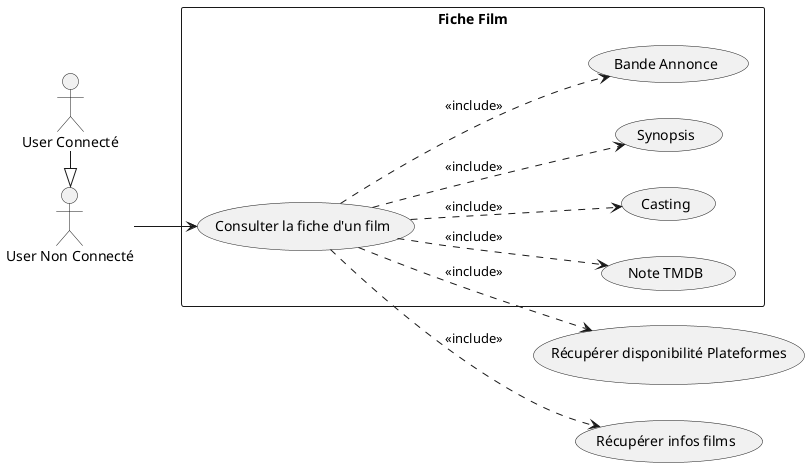
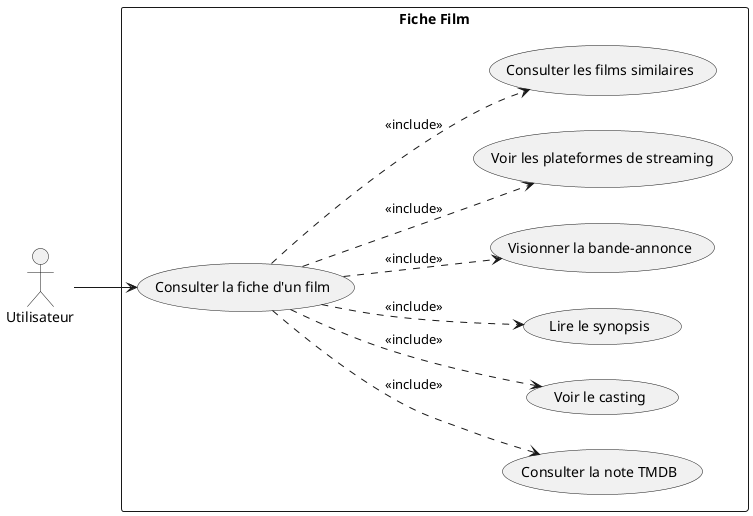
- @startuml
+ @startuml uc_movie
left to right direction
skinparam packageStyle rectangle

- actor "User Non Connecté" as Guest
- actor "User Connecté" as User
+ actor "Utilisateur" as Guest

- User -|> Guest

package "Fiche Film" {
    usecase "Consulter la fiche d'un film" as UC_ViewMovie

-     usecase "Note TMDB" as UC_Note
-     usecase "Casting" as UC_Cast
-     usecase "Synopsis" as UC_Synopsis
-     usecase "Bande Annonce" as UC_Trailer
+     usecase "Consulter la note TMDB" as UC_Note
+     usecase "Voir le casting" as UC_Cast
+     usecase "Lire le synopsis" as UC_Synopsis
+     usecase "Visionner la bande-annonce" as UC_Trailer
+     usecase "Voir les plateformes de streaming" as UC_Plats
+     usecase "Consulter les films similaires" as UC_Similars
}
- 
- usecase "Récupérer disponibilité Plateformes" as UC_Plats
- usecase "Récupérer infos films" as UC_Infos

Guest --> UC_ViewMovie

UC_ViewMovie ..> UC_Note : <<include>>
UC_ViewMovie ..> UC_Cast : <<include>>
UC_ViewMovie ..> UC_Synopsis : <<include>>
UC_ViewMovie ..> UC_Trailer : <<include>>
UC_ViewMovie ..> UC_Plats : <<include>>
- UC_ViewMovie ..> UC_Infos : <<include>>
+ UC_ViewMovie ..> UC_Similars : <<include>>

@enduml